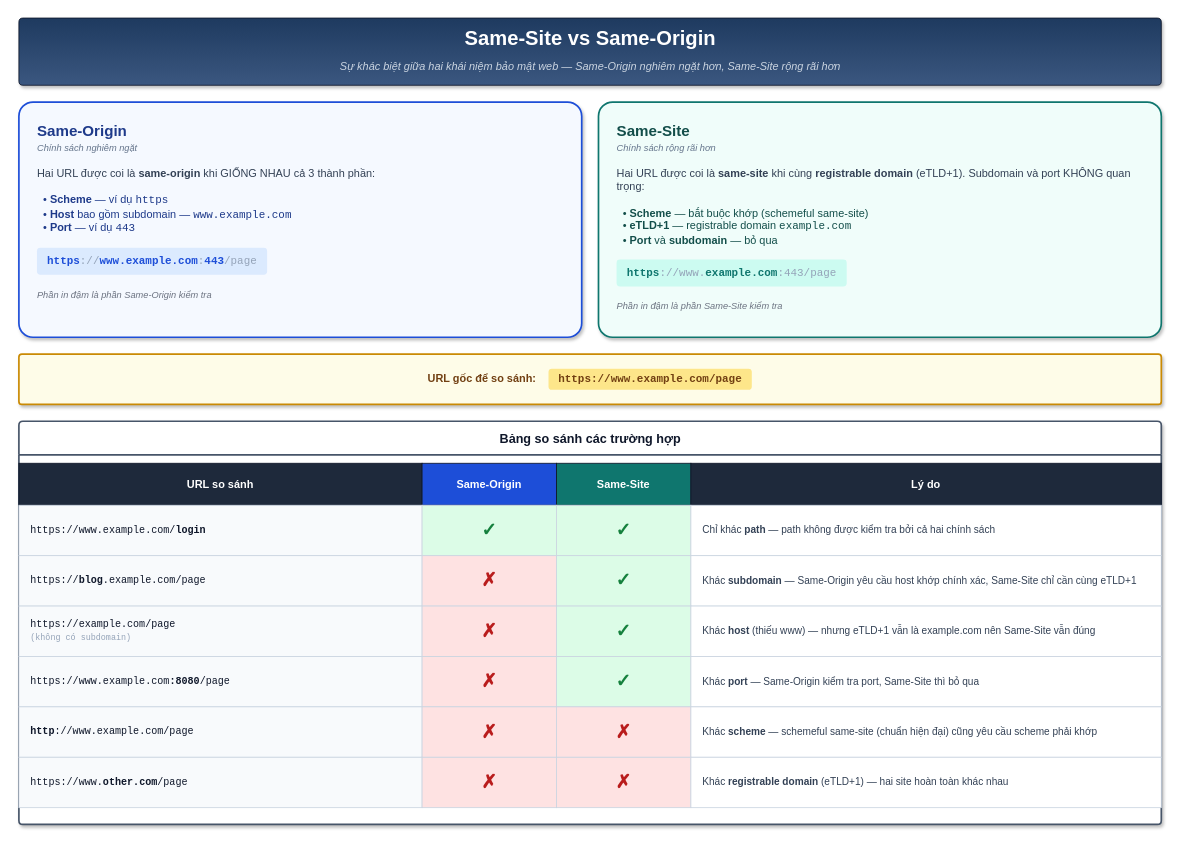
ntrong2009/diagrams keeps this draw.io diagram as same-site-vs-same-origin.drawio. Above is the earlier version. Source tidied: cells renumbered, new cells numbered last; positions are measured from the earlier drawing's top-left corner, leaving out a move shared by most shapes. Both pictures are drawn from the tidied source at 84%, with x=0, y=0 at pixel (18, 18).
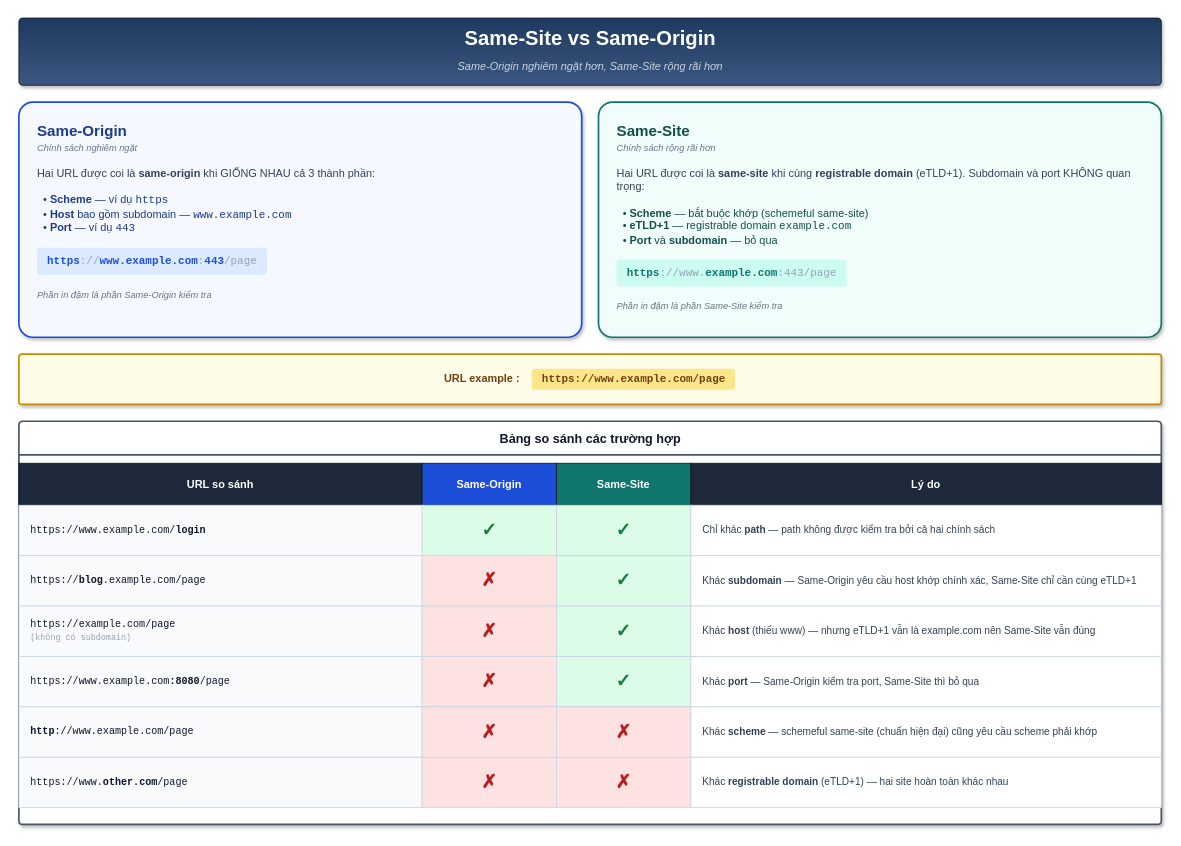
After the change.

What changed in the source:
```diff
@@
-    <mxCell id="4" value="Sự khác biệt giữa hai khái niệm bảo mật web — Same-Origin nghiêm ngặt hơn, Same-Site rộng rãi hơn" style="text;html=1;align=center;verticalAlign=middle;fontSize=13;fontStyle=2;fontColor=#cbd5e1;fillColor=none;strokeColor=none;fontFamily=Helvetica;" parent="1" vertex="1">
+    <mxCell id="4" value="Same-Origin nghiêm ngặt hơn, Same-Site rộng rãi hơn" style="text;html=1;align=center;verticalAlign=middle;fontSize=13;fontStyle=2;fontColor=#cbd5e1;fillColor=none;strokeColor=none;fontFamily=Helvetica;" parent="1" vertex="1">
       <mxGeometry y="42" width="1360" height="30" as="geometry" />
     </mxCell>
@@
-    <mxCell id="7" value="&lt;b style='font-size:13px;'&gt;URL gốc để so sánh:&lt;/b&gt; &amp;nbsp;&amp;nbsp; &lt;span style='font-family:Courier New;background:#fde68a;padding:5px 12px;border-radius:4px;color:#713f12;'&gt;&lt;b&gt;https://www.example.com/page&lt;/b&gt;&lt;/span&gt;" style="rounded=1;arcSize=6;whiteSpace=wrap;html=1;fillColor=#fefce8;strokeColor=#ca8a04;strokeWidth=2;shadow=1;align=center;verticalAlign=middle;fontFamily=Helvetica;fontSize=13;fontColor=#713f12;" parent="1" vertex="1">
+    <mxCell id="7" value="&lt;b style=&quot;font-size:13px;&quot;&gt;URL example :&lt;/b&gt; &amp;nbsp;&amp;nbsp; &lt;span style=&quot;font-family: &amp;quot;Courier New&amp;quot;; background: rgb(253, 230, 138); padding: 5px 12px; border-radius: 4px; color: rgb(113, 63, 18);&quot;&gt;&lt;b&gt;https://www.example.com/page&lt;/b&gt;&lt;/span&gt;" style="rounded=1;arcSize=6;whiteSpace=wrap;html=1;fillColor=#fefce8;strokeColor=#ca8a04;strokeWidth=2;shadow=1;align=center;verticalAlign=middle;fontFamily=Helvetica;fontSize=13;fontColor=#713f12;" parent="1" vertex="1">
       <mxGeometry y="400" width="1360" height="60" as="geometry" />
     </mxCell>
```
